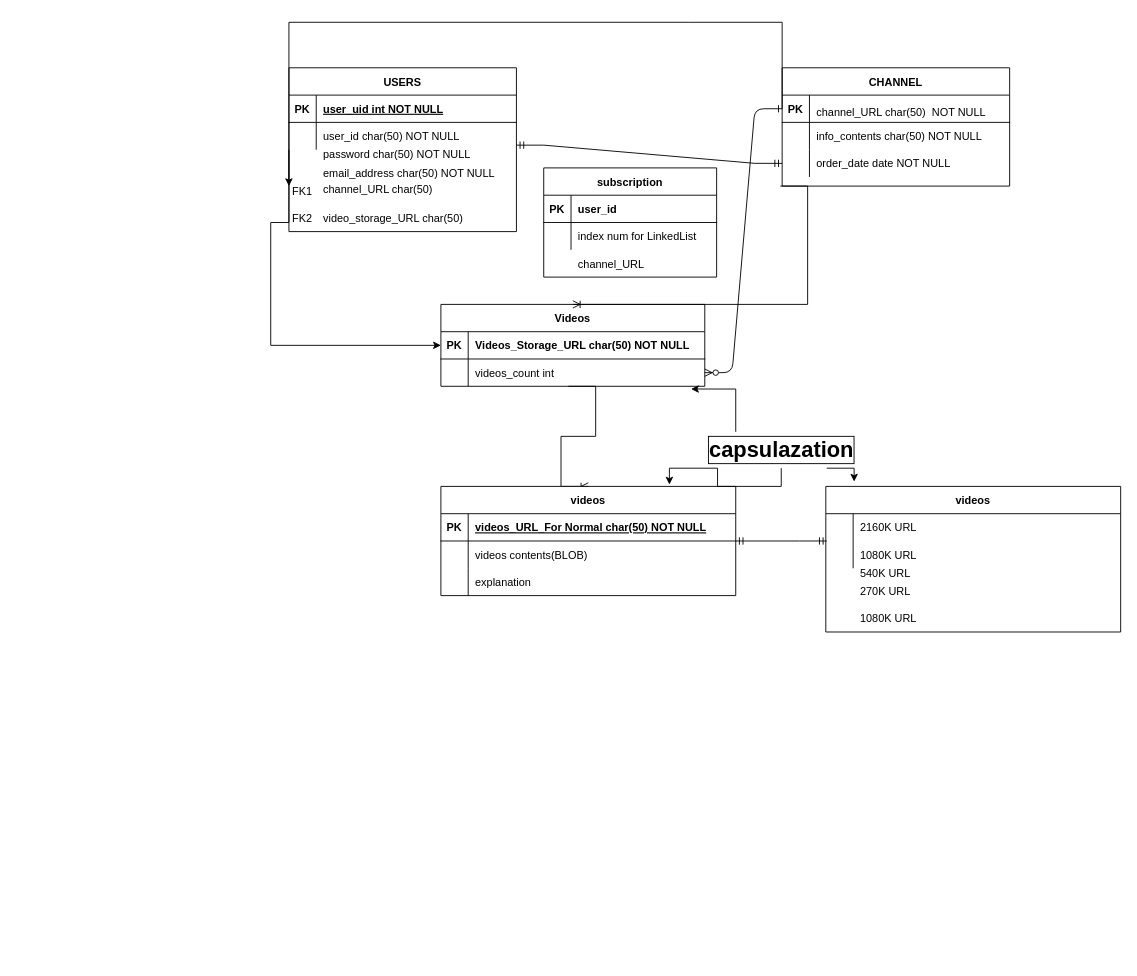
The draw.io diagram YoutubeER/제목 없는 다이어그램.drawio in ljs7143/DataBase-, before the edit. Source tidied: cells renumbered, new cells numbered last; positions are measured from the earlier drawing's top-left corner, leaving out a move shared by most shapes. Both pictures are drawn from the tidied source at 91%, with x=0, y=0 at pixel (270, 22).
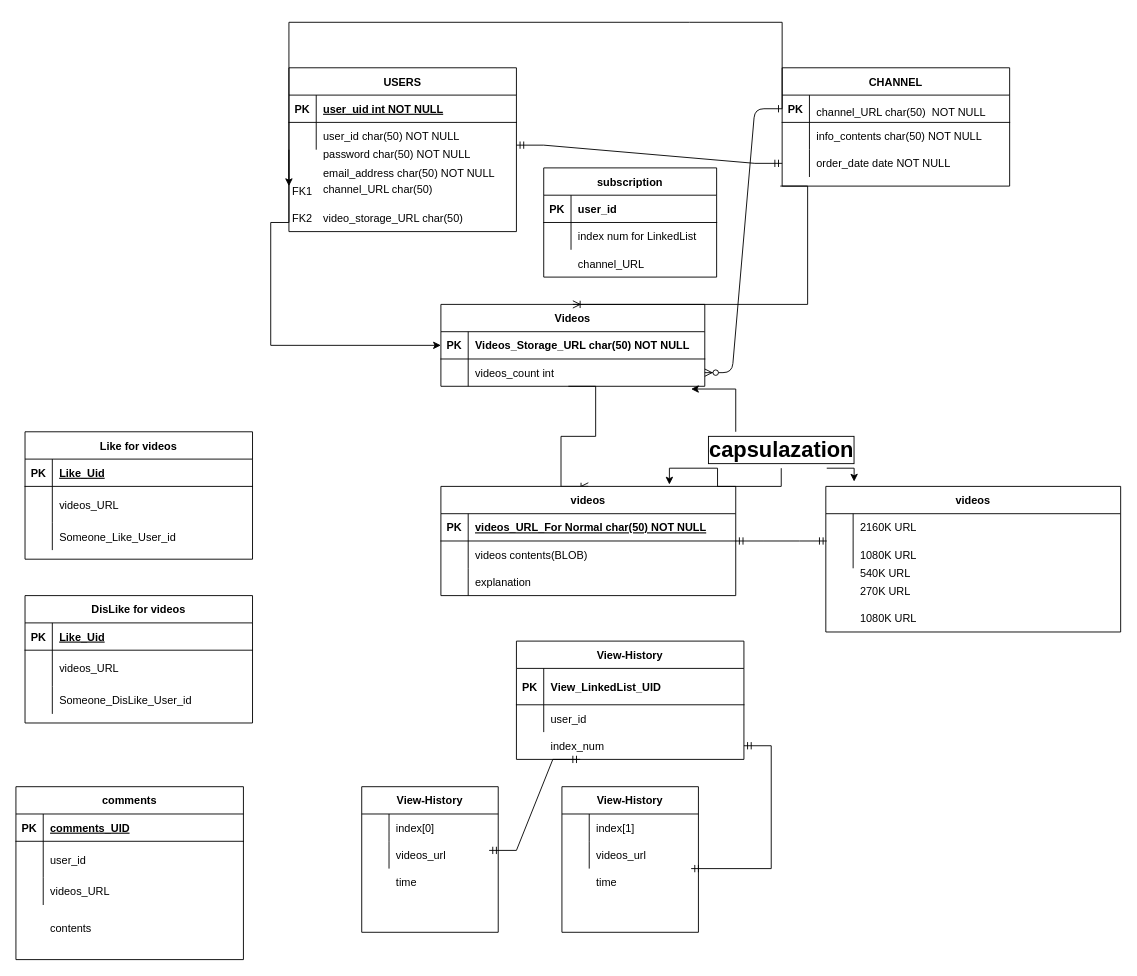
After the change.

Commit message:
제목 없는 다이어그램.drawio 업데이트

Diff of the diagram source:
```diff
@@
+    <mxCell id="72" value="Like for videos" style="shape=table;startSize=30;childLayout=tableLayout;rowLines=0;fontStyle=1;align=center;" parent="1" vertex="1">
+      <mxGeometry x="-270" y="450" width="250" height="140" as="geometry" />
+    </mxCell>
+    <mxCell id="73" style="shape=partialRectangle;fillColor=none;top=0;left=0;right=0;bottom=1;" parent="72" vertex="1">
+      <mxGeometry y="30" width="250" height="30" as="geometry" />
+    </mxCell>
+    <mxCell id="74" value="PK" style="shape=partialRectangle;overflow=hidden;fillColor=none;top=0;left=0;bottom=0;right=0;fontStyle=1;" parent="73" vertex="1">
+      <mxGeometry width="30" height="30" as="geometry" />
+    </mxCell>
+    <mxCell id="75" value="Like_Uid" style="shape=partialRectangle;overflow=hidden;fillColor=none;top=0;left=0;bottom=0;right=0;align=left;spacingLeft=6;fontStyle=5;" parent="73" vertex="1">
+      <mxGeometry x="30" width="220" height="30" as="geometry" />
+    </mxCell>
+    <mxCell id="76" style="shape=partialRectangle;fillColor=none;top=0;left=0;right=0;bottom=0;" parent="72" vertex="1">
+      <mxGeometry y="60" width="250" height="40" as="geometry" />
+    </mxCell>
+    <mxCell id="77" style="shape=partialRectangle;overflow=hidden;fillColor=none;top=0;left=0;bottom=0;right=0;" parent="76" vertex="1">
+      <mxGeometry width="30" height="40" as="geometry" />
+    </mxCell>
+    <mxCell id="78" value="videos_URL" style="shape=partialRectangle;overflow=hidden;fillColor=none;top=0;left=0;bottom=0;right=0;align=left;spacingLeft=6;" parent="76" vertex="1">
+      <mxGeometry x="30" width="220" height="40" as="geometry" />
+    </mxCell>
+    <mxCell id="79" style="shape=partialRectangle;fillColor=none;top=0;left=0;right=0;bottom=0;" parent="72" vertex="1">
+      <mxGeometry y="100" width="250" height="30" as="geometry" />
+    </mxCell>
+    <mxCell id="80" style="shape=partialRectangle;overflow=hidden;fillColor=none;top=0;left=0;bottom=0;right=0;" parent="79" vertex="1">
+      <mxGeometry width="30" height="30" as="geometry" />
+    </mxCell>
+    <mxCell id="81" value="Someone_Like_User_id" style="shape=partialRectangle;overflow=hidden;fillColor=none;top=0;left=0;bottom=0;right=0;align=left;spacingLeft=6;" parent="79" vertex="1">
+      <mxGeometry x="30" width="220" height="30" as="geometry" />
+    </mxCell>
+    <mxCell id="82" value="DisLike for videos" style="shape=table;startSize=30;childLayout=tableLayout;rowLines=0;fontStyle=1;align=center;" parent="1" vertex="1">
+      <mxGeometry x="-270" y="630" width="250" height="140" as="geometry" />
+    </mxCell>
+    <mxCell id="83" style="shape=partialRectangle;fillColor=none;top=0;left=0;right=0;bottom=1;" parent="82" vertex="1">
+      <mxGeometry y="30" width="250" height="30" as="geometry" />
+    </mxCell>
+    <mxCell id="84" value="PK" style="shape=partialRectangle;overflow=hidden;fillColor=none;top=0;left=0;bottom=0;right=0;fontStyle=1;" parent="83" vertex="1">
+      <mxGeometry width="30" height="30" as="geometry" />
+    </mxCell>
+    <mxCell id="85" value="Like_Uid" style="shape=partialRectangle;overflow=hidden;fillColor=none;top=0;left=0;bottom=0;right=0;align=left;spacingLeft=6;fontStyle=5;" parent="83" vertex="1">
+      <mxGeometry x="30" width="220" height="30" as="geometry" />
+    </mxCell>
+    <mxCell id="86" style="shape=partialRectangle;fillColor=none;top=0;left=0;right=0;bottom=0;" parent="82" vertex="1">
+      <mxGeometry y="60" width="250" height="40" as="geometry" />
+    </mxCell>
+    <mxCell id="87" style="shape=partialRectangle;overflow=hidden;fillColor=none;top=0;left=0;bottom=0;right=0;" parent="86" vertex="1">
+      <mxGeometry width="30" height="40" as="geometry" />
+    </mxCell>
+    <mxCell id="88" value="videos_URL" style="shape=partialRectangle;overflow=hidden;fillColor=none;top=0;left=0;bottom=0;right=0;align=left;spacingLeft=6;" parent="86" vertex="1">
+      <mxGeometry x="30" width="220" height="40" as="geometry" />
+    </mxCell>
+    <mxCell id="89" style="shape=partialRectangle;fillColor=none;top=0;left=0;right=0;bottom=0;" parent="82" vertex="1">
+      <mxGeometry y="100" width="250" height="30" as="geometry" />
+    </mxCell>
+    <mxCell id="90" style="shape=partialRectangle;overflow=hidden;fillColor=none;top=0;left=0;bottom=0;right=0;" parent="89" vertex="1">
+      <mxGeometry width="30" height="30" as="geometry" />
+    </mxCell>
+    <mxCell id="91" value="Someone_DisLike_User_id" style="shape=partialRectangle;overflow=hidden;fillColor=none;top=0;left=0;bottom=0;right=0;align=left;spacingLeft=6;" parent="89" vertex="1">
+      <mxGeometry x="30" width="220" height="30" as="geometry" />
+    </mxCell>
+    <mxCell id="92" value="comments" style="shape=table;startSize=30;childLayout=tableLayout;rowLines=0;fontStyle=1;align=center;" parent="1" vertex="1">
+      <mxGeometry x="-280" y="840" width="250" height="190" as="geometry" />
+    </mxCell>
+    <mxCell id="93" style="shape=partialRectangle;fillColor=none;top=0;left=0;right=0;bottom=1;" parent="92" vertex="1">
+      <mxGeometry y="30" width="250" height="30" as="geometry" />
+    </mxCell>
+    <mxCell id="94" value="PK" style="shape=partialRectangle;overflow=hidden;fillColor=none;top=0;left=0;bottom=0;right=0;fontStyle=1;" parent="93" vertex="1">
+      <mxGeometry width="30" height="30" as="geometry" />
+    </mxCell>
+    <mxCell id="95" value="comments_UID" style="shape=partialRectangle;overflow=hidden;fillColor=none;top=0;left=0;bottom=0;right=0;align=left;spacingLeft=6;fontStyle=5;" parent="93" vertex="1">
+      <mxGeometry x="30" width="220" height="30" as="geometry" />
+    </mxCell>
+    <mxCell id="96" style="shape=partialRectangle;fillColor=none;top=0;left=0;right=0;bottom=0;" parent="92" vertex="1">
+      <mxGeometry y="60" width="250" height="40" as="geometry" />
+    </mxCell>
+    <mxCell id="97" style="shape=partialRectangle;overflow=hidden;fillColor=none;top=0;left=0;bottom=0;right=0;" parent="96" vertex="1">
+      <mxGeometry width="30" height="40" as="geometry" />
+    </mxCell>
+    <mxCell id="98" value="user_id" style="shape=partialRectangle;overflow=hidden;fillColor=none;top=0;left=0;bottom=0;right=0;align=left;spacingLeft=6;" parent="96" vertex="1">
+      <mxGeometry x="30" width="220" height="40" as="geometry" />
+    </mxCell>
+    <mxCell id="99" style="shape=partialRectangle;fillColor=none;top=0;left=0;right=0;bottom=0;" parent="92" vertex="1">
+      <mxGeometry y="100" width="250" height="30" as="geometry" />
+    </mxCell>
+    <mxCell id="100" style="shape=partialRectangle;overflow=hidden;fillColor=none;top=0;left=0;bottom=0;right=0;" parent="99" vertex="1">
+      <mxGeometry width="30" height="30" as="geometry" />
+    </mxCell>
+    <mxCell id="101" value="videos_URL" style="shape=partialRectangle;overflow=hidden;fillColor=none;top=0;left=0;bottom=0;right=0;align=left;spacingLeft=6;" parent="99" vertex="1">
+      <mxGeometry x="30" width="220" height="30" as="geometry" />
+    </mxCell>
+    <mxCell id="102" value="contents" style="shape=partialRectangle;overflow=hidden;fillColor=none;top=0;left=0;bottom=0;right=0;align=left;spacingLeft=6;" parent="1" vertex="1">
+      <mxGeometry x="-250" y="980" width="220" height="30" as="geometry" />
+    </mxCell>
+    <mxCell id="103" value="View-History" style="shape=table;startSize=30;childLayout=tableLayout;rowLines=0;fontStyle=1;align=center;" parent="1" vertex="1">
+      <mxGeometry x="270" y="680" width="250" height="130" as="geometry" />
+    </mxCell>
+    <mxCell id="104" style="shape=partialRectangle;fillColor=none;top=0;left=0;right=0;bottom=1;" parent="103" vertex="1">
+      <mxGeometry y="30" width="250" height="40" as="geometry" />
+    </mxCell>
+    <mxCell id="105" value="PK" style="shape=partialRectangle;overflow=hidden;fillColor=none;top=0;left=0;bottom=0;right=0;fontStyle=1;" parent="104" vertex="1">
+      <mxGeometry width="30" height="40" as="geometry" />
+    </mxCell>
+    <mxCell id="106" value="View_LinkedList_UID" style="shape=partialRectangle;overflow=hidden;fillColor=none;top=0;left=0;bottom=0;right=0;align=left;spacingLeft=6;fontStyle=1;" parent="104" vertex="1">
+      <mxGeometry x="30" width="220" height="40" as="geometry" />
+    </mxCell>
+    <mxCell id="107" style="shape=partialRectangle;fillColor=none;top=0;left=0;right=0;bottom=0;" parent="103" vertex="1">
+      <mxGeometry y="70" width="250" height="30" as="geometry" />
+    </mxCell>
+    <mxCell id="108" style="shape=partialRectangle;overflow=hidden;fillColor=none;top=0;left=0;bottom=0;right=0;" parent="107" vertex="1">
+      <mxGeometry width="30" height="30" as="geometry" />
+    </mxCell>
+    <mxCell id="109" value="user_id" style="shape=partialRectangle;overflow=hidden;fillColor=none;top=0;left=0;bottom=0;right=0;align=left;spacingLeft=6;" parent="107" vertex="1">
+      <mxGeometry x="30" width="220" height="30" as="geometry" />
+    </mxCell>
+    <mxCell id="110" style="shape=partialRectangle;fillColor=none;top=0;left=0;right=0;bottom=0;" parent="1" vertex="1">
+      <mxGeometry x="270" y="790" width="250" height="30" as="geometry" />
+    </mxCell>
+    <mxCell id="111" style="shape=partialRectangle;overflow=hidden;fillColor=none;top=0;left=0;bottom=0;right=0;" parent="110" vertex="1">
+      <mxGeometry width="30" height="30" as="geometry" />
+    </mxCell>
+    <mxCell id="112" style="shape=partialRectangle;overflow=hidden;fillColor=none;top=0;left=0;bottom=0;right=0;align=left;spacingLeft=6;" parent="110" vertex="1">
+      <mxGeometry x="30" width="220" height="30" as="geometry" />
+    </mxCell>
+    <mxCell id="113" style="shape=partialRectangle;fillColor=none;points=[[0,0.5],[1,0.5]];portConstraint=eastwest;top=0;left=0;right=0;bottom=0;" parent="1" vertex="1">
+      <mxGeometry x="270" y="780" width="250" height="30" as="geometry" />
+    </mxCell>
+    <mxCell id="114" style="shape=partialRectangle;overflow=hidden;fillColor=none;top=0;left=0;bottom=0;right=0;" parent="113" vertex="1">
+      <mxGeometry width="30" height="30" as="geometry" />
+    </mxCell>
+    <mxCell id="115" value="index_num" style="shape=partialRectangle;overflow=hidden;fillColor=none;top=0;left=0;bottom=0;right=0;align=left;spacingLeft=6;" parent="113" vertex="1">
+      <mxGeometry x="30" width="220" height="30" as="geometry" />
+    </mxCell>
+    <mxCell id="116" value="View-History" style="shape=table;startSize=30;childLayout=tableLayout;rowLines=0;fontStyle=1;align=center;" parent="1" vertex="1">
+      <mxGeometry x="100" y="840" width="150" height="160" as="geometry" />
+    </mxCell>
+    <mxCell id="117" style="shape=tableRow;horizontal=0;startSize=0;swimlaneHead=0;swimlaneBody=0;fillColor=none;top=0;left=0;right=0;bottom=0;" parent="116" vertex="1">
+      <mxGeometry y="30" width="150" height="30" as="geometry" />
+    </mxCell>
+    <mxCell id="118" style="shape=partialRectangle;fillColor=none;top=0;left=0;bottom=0;right=0;overflow=hidden;" parent="117" vertex="1">
+      <mxGeometry width="30" height="30" as="geometry" />
+    </mxCell>
+    <mxCell id="119" value="index[0]" style="shape=partialRectangle;fillColor=none;top=0;left=0;bottom=0;right=0;align=left;spacingLeft=6;overflow=hidden;" parent="117" vertex="1">
+      <mxGeometry x="30" width="120" height="30" as="geometry" />
+    </mxCell>
+    <mxCell id="120" style="shape=tableRow;horizontal=0;startSize=0;swimlaneHead=0;swimlaneBody=0;fillColor=none;top=0;left=0;right=0;bottom=0;" parent="116" vertex="1">
+      <mxGeometry y="60" width="150" height="30" as="geometry" />
+    </mxCell>
+    <mxCell id="121" style="shape=partialRectangle;fillColor=none;top=0;left=0;bottom=0;right=0;overflow=hidden;" parent="120" vertex="1">
+      <mxGeometry width="30" height="30" as="geometry" />
+    </mxCell>
+    <mxCell id="122" value="videos_url" style="shape=partialRectangle;fillColor=none;top=0;left=0;bottom=0;right=0;align=left;spacingLeft=6;overflow=hidden;" parent="120" vertex="1">
+      <mxGeometry x="30" width="120" height="30" as="geometry" />
+    </mxCell>
+    <mxCell id="123" style="shape=tableRow;horizontal=0;startSize=0;swimlaneHead=0;swimlaneBody=0;fillColor=none;top=0;left=0;right=0;bottom=0;" parent="1" vertex="1">
+      <mxGeometry x="100" y="930" width="150" height="30" as="geometry" />
+    </mxCell>
+    <mxCell id="124" style="shape=partialRectangle;fillColor=none;top=0;left=0;bottom=0;right=0;overflow=hidden;" parent="123" vertex="1">
+      <mxGeometry width="30" height="30" as="geometry" />
+    </mxCell>
+    <mxCell id="125" value="time" style="shape=partialRectangle;fillColor=none;top=0;left=0;bottom=0;right=0;align=left;spacingLeft=6;overflow=hidden;" parent="123" vertex="1">
+      <mxGeometry x="30" width="120" height="30" as="geometry" />
+    </mxCell>
+    <mxCell id="126" value="View-History" style="shape=table;startSize=30;childLayout=tableLayout;rowLines=0;fontStyle=1;align=center;" parent="1" vertex="1">
+      <mxGeometry x="320" y="840" width="150" height="160" as="geometry" />
+    </mxCell>
+    <mxCell id="127" style="shape=tableRow;horizontal=0;startSize=0;swimlaneHead=0;swimlaneBody=0;fillColor=none;top=0;left=0;right=0;bottom=0;" parent="126" vertex="1">
+      <mxGeometry y="30" width="150" height="30" as="geometry" />
+    </mxCell>
+    <mxCell id="128" style="shape=partialRectangle;fillColor=none;top=0;left=0;bottom=0;right=0;overflow=hidden;" parent="127" vertex="1">
+      <mxGeometry width="30" height="30" as="geometry" />
+    </mxCell>
+    <mxCell id="129" value="index[1]" style="shape=partialRectangle;fillColor=none;top=0;left=0;bottom=0;right=0;align=left;spacingLeft=6;overflow=hidden;" parent="127" vertex="1">
+      <mxGeometry x="30" width="120" height="30" as="geometry" />
+    </mxCell>
+    <mxCell id="130" style="shape=tableRow;horizontal=0;startSize=0;swimlaneHead=0;swimlaneBody=0;fillColor=none;top=0;left=0;right=0;bottom=0;" parent="126" vertex="1">
+      <mxGeometry y="60" width="150" height="30" as="geometry" />
+    </mxCell>
+    <mxCell id="131" style="shape=partialRectangle;fillColor=none;top=0;left=0;bottom=0;right=0;overflow=hidden;" parent="130" vertex="1">
+      <mxGeometry width="30" height="30" as="geometry" />
+    </mxCell>
+    <mxCell id="132" value="videos_url" style="shape=partialRectangle;fillColor=none;top=0;left=0;bottom=0;right=0;align=left;spacingLeft=6;overflow=hidden;" parent="130" vertex="1">
+      <mxGeometry x="30" width="120" height="30" as="geometry" />
+    </mxCell>
+    <mxCell id="133" style="shape=tableRow;horizontal=0;startSize=0;swimlaneHead=0;swimlaneBody=0;fillColor=none;top=0;left=0;right=0;bottom=0;" parent="1" vertex="1">
+      <mxGeometry x="320" y="930" width="150" height="30" as="geometry" />
+    </mxCell>
+    <mxCell id="134" style="shape=partialRectangle;fillColor=none;top=0;left=0;bottom=0;right=0;overflow=hidden;" parent="133" vertex="1">
+      <mxGeometry width="30" height="30" as="geometry" />
+    </mxCell>
+    <mxCell id="135" value="time" style="shape=partialRectangle;fillColor=none;top=0;left=0;bottom=0;right=0;align=left;spacingLeft=6;overflow=hidden;" parent="133" vertex="1">
+      <mxGeometry x="30" width="120" height="30" as="geometry" />
+    </mxCell>
+    <mxCell id="136" style="edgeStyle=entityRelationEdgeStyle;fontSize=12;html=1;endArrow=ERmandOne;startArrow=ERmandOne;rounded=0;" parent="1" edge="1">
+      <mxGeometry relative="1" as="geometry">
+        <mxPoint x="240" y="910" as="sourcePoint" />
+        <mxPoint x="340" y="810" as="targetPoint" />
+      </mxGeometry>
+    </mxCell>
+    <mxCell id="137" style="edgeStyle=entityRelationEdgeStyle;fontSize=12;html=1;endArrow=ERmandOne;startArrow=ERmandOne;rounded=0;" parent="1" edge="1" target="113">
+      <mxGeometry relative="1" as="geometry">
+        <mxPoint x="462" y="930" as="sourcePoint" />
+      </mxGeometry>
+    </mxCell>
```
